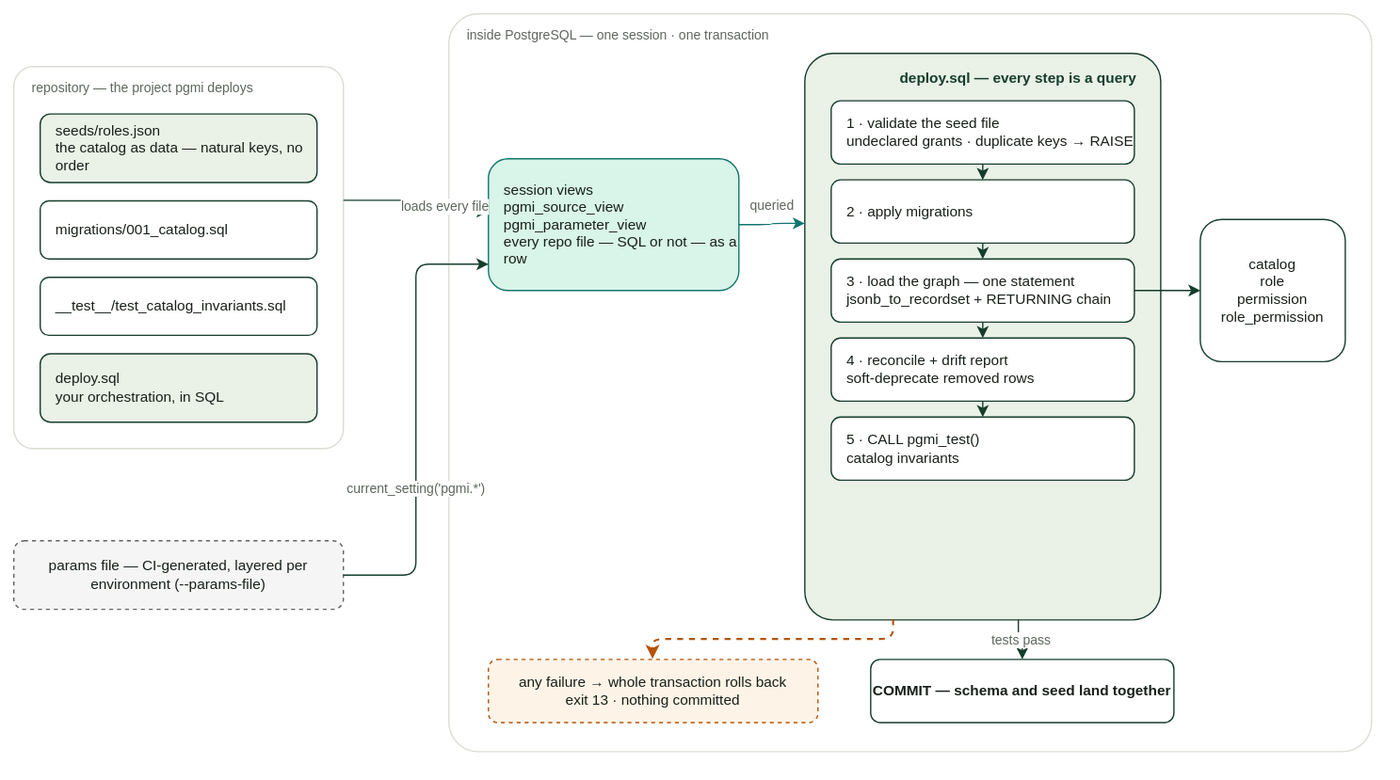
This is docs/diagrams/a02-seed-data-flow.drawio.svg from vvka-141/pgmi, a draw.io export, as it was before one commit. Source tidied: cells renumbered, new cells last; positions are measured from the earlier drawing's top-left corner, leaving out a move shared by most shapes.
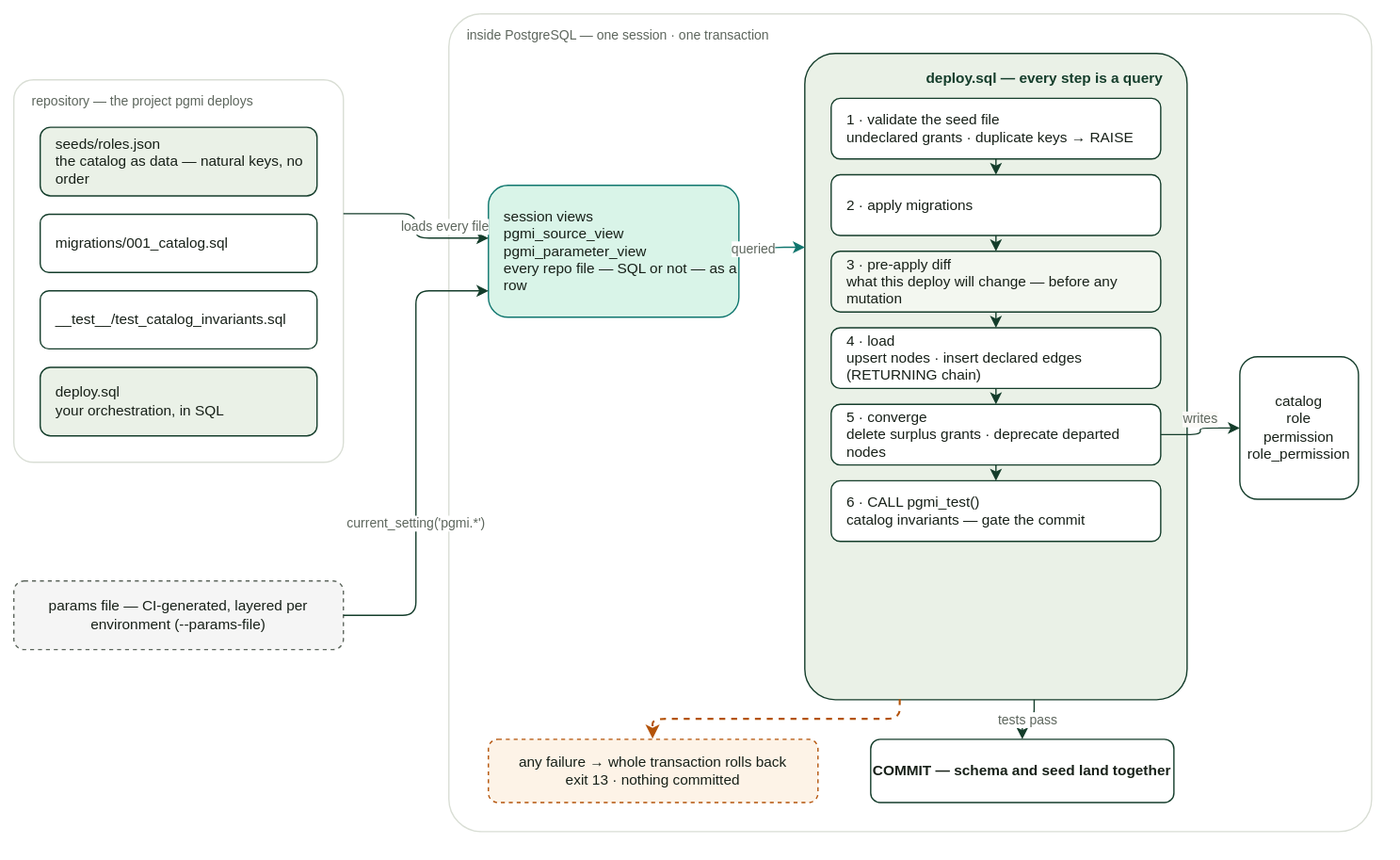
Above is the later version.

The edit, as a diff of the source:
```diff
@@ -3,55 +3,58 @@
     <mxCell id="0" />
     <mxCell id="1" parent="0" />
     <mxCell id="2" value="repository — the project pgmi deploys" style="rounded=1;arcSize=6;whiteSpace=wrap;html=1;fillColor=none;strokeColor=#d9ded5;verticalAlign=top;align=left;spacingLeft=12;spacingTop=4;fontColor=#5d665d;fontSize=10;" parent="1" vertex="1">
-      <mxGeometry y="40" width="250" height="290" as="geometry" />
+      <mxGeometry y="50" width="250" height="290" as="geometry" />
     </mxCell>
     <mxCell id="3" value="seeds/roles.json&#10;the catalog as data — natural keys, no order" style="rounded=1;whiteSpace=wrap;html=1;fillColor=#eaf1e7;strokeColor=#143d2b;fontColor=#172018;fontSize=11;align=left;spacingLeft=10;" parent="1" vertex="1">
-      <mxGeometry x="20" y="76" width="210" height="52" as="geometry" />
+      <mxGeometry x="20" y="86" width="210" height="52" as="geometry" />
     </mxCell>
     <mxCell id="4" value="migrations/001_catalog.sql" style="rounded=1;whiteSpace=wrap;html=1;fillColor=#ffffff;strokeColor=#143d2b;fontColor=#172018;fontSize=11;align=left;spacingLeft=10;" parent="1" vertex="1">
-      <mxGeometry x="20" y="142" width="210" height="44" as="geometry" />
+      <mxGeometry x="20" y="152" width="210" height="44" as="geometry" />
     </mxCell>
     <mxCell id="5" value="__test__/test_catalog_invariants.sql" style="rounded=1;whiteSpace=wrap;html=1;fillColor=#ffffff;strokeColor=#143d2b;fontColor=#172018;fontSize=11;align=left;spacingLeft=10;" parent="1" vertex="1">
-      <mxGeometry x="20" y="200" width="210" height="44" as="geometry" />
+      <mxGeometry x="20" y="210" width="210" height="44" as="geometry" />
     </mxCell>
     <mxCell id="6" value="deploy.sql&#10;your orchestration, in SQL" style="rounded=1;whiteSpace=wrap;html=1;fillColor=#eaf1e7;strokeColor=#143d2b;fontColor=#172018;fontSize=11;align=left;spacingLeft=10;" parent="1" vertex="1">
-      <mxGeometry x="20" y="258" width="210" height="52" as="geometry" />
+      <mxGeometry x="20" y="268" width="210" height="52" as="geometry" />
     </mxCell>
     <mxCell id="7" value="params file — CI-generated, layered per environment (--params-file)" style="rounded=1;whiteSpace=wrap;html=1;fillColor=#f5f5f5;strokeColor=#5d665d;dashed=1;fontColor=#172018;fontSize=11;" parent="1" vertex="1">
-      <mxGeometry y="400" width="250" height="52" as="geometry" />
+      <mxGeometry y="430" width="250" height="52" as="geometry" />
     </mxCell>
     <mxCell id="8" value="inside PostgreSQL — one session · one transaction" style="rounded=1;arcSize=4;whiteSpace=wrap;html=1;fillColor=none;strokeColor=#d9ded5;verticalAlign=top;align=left;spacingLeft=12;spacingTop=4;fontColor=#5d665d;fontSize=10;" parent="1" vertex="1">
-      <mxGeometry x="330" width="700" height="560" as="geometry" />
+      <mxGeometry x="330" width="700" height="620" as="geometry" />
     </mxCell>
     <mxCell id="9" value="session views&#10;pgmi_source_view&#10;pgmi_parameter_view&#10;every repo file — SQL or not — as a row" style="rounded=1;whiteSpace=wrap;html=1;fillColor=#d9f4e8;strokeColor=#0f766e;fontColor=#172018;fontSize=11;align=left;spacingLeft=10;" parent="1" vertex="1">
-      <mxGeometry x="360" y="110" width="190" height="100" as="geometry" />
+      <mxGeometry x="360" y="130" width="190" height="100" as="geometry" />
     </mxCell>
     <mxCell id="10" value="deploy.sql — every step is a query  " style="rounded=1;arcSize=8;whiteSpace=wrap;html=1;fillColor=#eaf1e7;strokeColor=#143d2b;verticalAlign=top;align=right;spacingRight=10;spacingTop=6;fontColor=#143d2b;fontSize=11;fontStyle=1;" parent="1" vertex="1">
-      <mxGeometry x="600" y="30" width="270" height="430" as="geometry" />
+      <mxGeometry x="600" y="30" width="290" height="490" as="geometry" />
     </mxCell>
     <mxCell id="11" value="1 · validate the seed file&#10;undeclared grants · duplicate keys → RAISE" style="rounded=1;whiteSpace=wrap;html=1;fillColor=#ffffff;strokeColor=#143d2b;fontColor=#172018;fontSize=11;align=left;spacingLeft=10;" parent="1" vertex="1">
-      <mxGeometry x="620" y="66" width="230" height="48" as="geometry" />
+      <mxGeometry x="620" y="64" width="250" height="46" as="geometry" />
     </mxCell>
     <mxCell id="12" value="2 · apply migrations" style="rounded=1;whiteSpace=wrap;html=1;fillColor=#ffffff;strokeColor=#143d2b;fontColor=#172018;fontSize=11;align=left;spacingLeft=10;" parent="1" vertex="1">
-      <mxGeometry x="620" y="126" width="230" height="48" as="geometry" />
+      <mxGeometry x="620" y="122" width="250" height="46" as="geometry" />
     </mxCell>
-    <mxCell id="13" value="3 · load the graph — one statement&#10;jsonb_to_recordset + RETURNING chain" style="rounded=1;whiteSpace=wrap;html=1;fillColor=#ffffff;strokeColor=#143d2b;fontColor=#172018;fontSize=11;align=left;spacingLeft=10;" parent="1" vertex="1">
-      <mxGeometry x="620" y="186" width="230" height="48" as="geometry" />
+    <mxCell id="13" value="3 · pre-apply diff&#10;what this deploy will change — before any mutation" style="rounded=1;whiteSpace=wrap;html=1;fillColor=#f3f7f0;strokeColor=#143d2b;fontColor=#172018;fontSize=11;align=left;spacingLeft=10;" parent="1" vertex="1">
+      <mxGeometry x="620" y="180" width="250" height="46" as="geometry" />
     </mxCell>
-    <mxCell id="14" value="4 · reconcile + drift report&#10;soft-deprecate removed rows" style="rounded=1;whiteSpace=wrap;html=1;fillColor=#ffffff;strokeColor=#143d2b;fontColor=#172018;fontSize=11;align=left;spacingLeft=10;" parent="1" vertex="1">
-      <mxGeometry x="620" y="246" width="230" height="48" as="geometry" />
+    <mxCell id="14" value="4 · load&#10;upsert nodes · insert declared edges (RETURNING chain)" style="rounded=1;whiteSpace=wrap;html=1;fillColor=#ffffff;strokeColor=#143d2b;fontColor=#172018;fontSize=11;align=left;spacingLeft=10;" parent="1" vertex="1">
+      <mxGeometry x="620" y="238" width="250" height="46" as="geometry" />
     </mxCell>
-    <mxCell id="15" value="5 · CALL pgmi_test()&#10;catalog invariants" style="rounded=1;whiteSpace=wrap;html=1;fillColor=#ffffff;strokeColor=#143d2b;fontColor=#172018;fontSize=11;align=left;spacingLeft=10;" parent="1" vertex="1">
-      <mxGeometry x="620" y="306" width="230" height="48" as="geometry" />
+    <mxCell id="15" value="5 · converge&#10;delete surplus grants · deprecate departed nodes" style="rounded=1;whiteSpace=wrap;html=1;fillColor=#ffffff;strokeColor=#143d2b;fontColor=#172018;fontSize=11;align=left;spacingLeft=10;" parent="1" vertex="1">
+      <mxGeometry x="620" y="296" width="250" height="46" as="geometry" />
     </mxCell>
+    <mxCell id="29" value="6 · CALL pgmi_test()&#10;catalog invariants — gate the commit" style="rounded=1;whiteSpace=wrap;html=1;fillColor=#ffffff;strokeColor=#143d2b;fontColor=#172018;fontSize=11;align=left;spacingLeft=10;" parent="1" vertex="1">
+      <mxGeometry x="620" y="354" width="250" height="46" as="geometry" />
+    </mxCell>
     <mxCell id="16" value="catalog&#10;role&#10;permission&#10;role_permission" style="rounded=1;whiteSpace=wrap;html=1;fillColor=#ffffff;strokeColor=#143d2b;fontColor=#172018;fontSize=11;" parent="1" vertex="1">
-      <mxGeometry x="900" y="156" width="110" height="108" as="geometry" />
+      <mxGeometry x="930" y="260" width="90" height="108" as="geometry" />
     </mxCell>
     <mxCell id="17" value="COMMIT — schema and seed land together" style="rounded=1;whiteSpace=wrap;html=1;fillColor=#ffffff;strokeColor=#143d2b;fontColor=#172018;fontSize=11;fontStyle=1;" parent="1" vertex="1">
-      <mxGeometry x="650" y="490" width="230" height="48" as="geometry" />
+      <mxGeometry x="650" y="550" width="230" height="48" as="geometry" />
     </mxCell>
     <mxCell id="18" value="any failure → whole transaction rolls back&#10;exit 13 · nothing committed" style="rounded=1;whiteSpace=wrap;html=1;fillColor=#fdf3e7;strokeColor=#b45309;dashed=1;fontColor=#172018;fontSize=11;" parent="1" vertex="1">
-      <mxGeometry x="360" y="490" width="250" height="48" as="geometry" />
+      <mxGeometry x="360" y="550" width="250" height="48" as="geometry" />
     </mxCell>
     <mxCell id="19" value="loads every file" style="edgeStyle=orthogonalEdgeStyle;rounded=1;html=1;strokeColor=#143d2b;fontColor=#5d665d;fontSize=10;exitX=1;exitY=0.35;entryX=0;entryY=0.4;" parent="1" edge="1" source="2" target="9">
       <mxGeometry y="22" relative="1" as="geometry" />
@@ -74,7 +77,10 @@
     <mxCell id="25" style="edgeStyle=orthogonalEdgeStyle;rounded=1;html=1;strokeColor=#143d2b;exitX=0.5;exitY=1;entryX=0.5;entryY=0;" parent="1" edge="1" source="14" target="15">
       <mxGeometry relative="1" as="geometry" />
     </mxCell>
+    <mxCell id="30" style="edgeStyle=orthogonalEdgeStyle;rounded=1;html=1;strokeColor=#143d2b;exitX=0.5;exitY=1;entryX=0.5;entryY=0;" parent="1" edge="1" source="15" target="29">
+      <mxGeometry relative="1" as="geometry" />
+    </mxCell>
-    <mxCell id="26" style="edgeStyle=orthogonalEdgeStyle;rounded=1;html=1;strokeColor=#143d2b;fontColor=#5d665d;fontSize=10;exitX=1;exitY=0.5;entryX=0;entryY=0.5;" parent="1" edge="1" source="13" target="16">
+    <mxCell id="26" value="writes" style="edgeStyle=orthogonalEdgeStyle;rounded=1;html=1;strokeColor=#143d2b;fontColor=#5d665d;fontSize=10;exitX=1;exitY=0.5;entryX=0;entryY=0.5;verticalAlign=bottom;labelBackgroundColor=#fbfaf7;" parent="1" edge="1" source="15" target="16">
       <mxGeometry relative="1" as="geometry" />
     </mxCell>
     <mxCell id="27" value="tests pass" style="edgeStyle=orthogonalEdgeStyle;rounded=1;html=1;strokeColor=#143d2b;fontColor=#5d665d;fontSize=10;exitX=0.6;exitY=1;entryX=0.5;entryY=0;" parent="1" edge="1" source="10" target="17">
```
